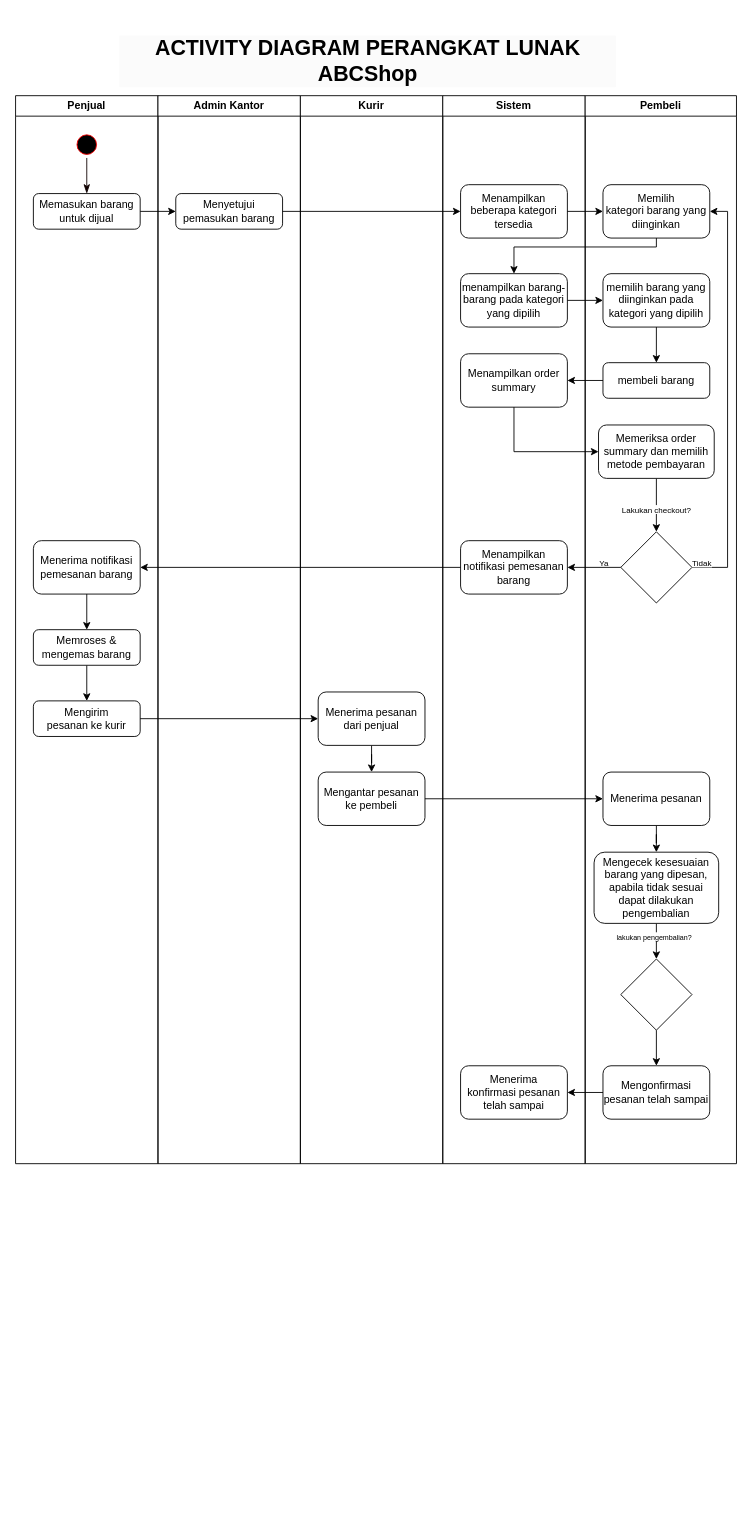
The draw.io diagram Untitled Diagrammm.drawio in AnnisaCitraPratiwi/MK-RPL-Responsi, before the edit. Source tidied: cells renumbered, new cells numbered last; positions are measured from the earlier drawing's top-left corner, leaving out a move shared by most shapes. Both pictures are drawn from the tidied source at 89%, with x=0, y=0 at pixel (15, 15).
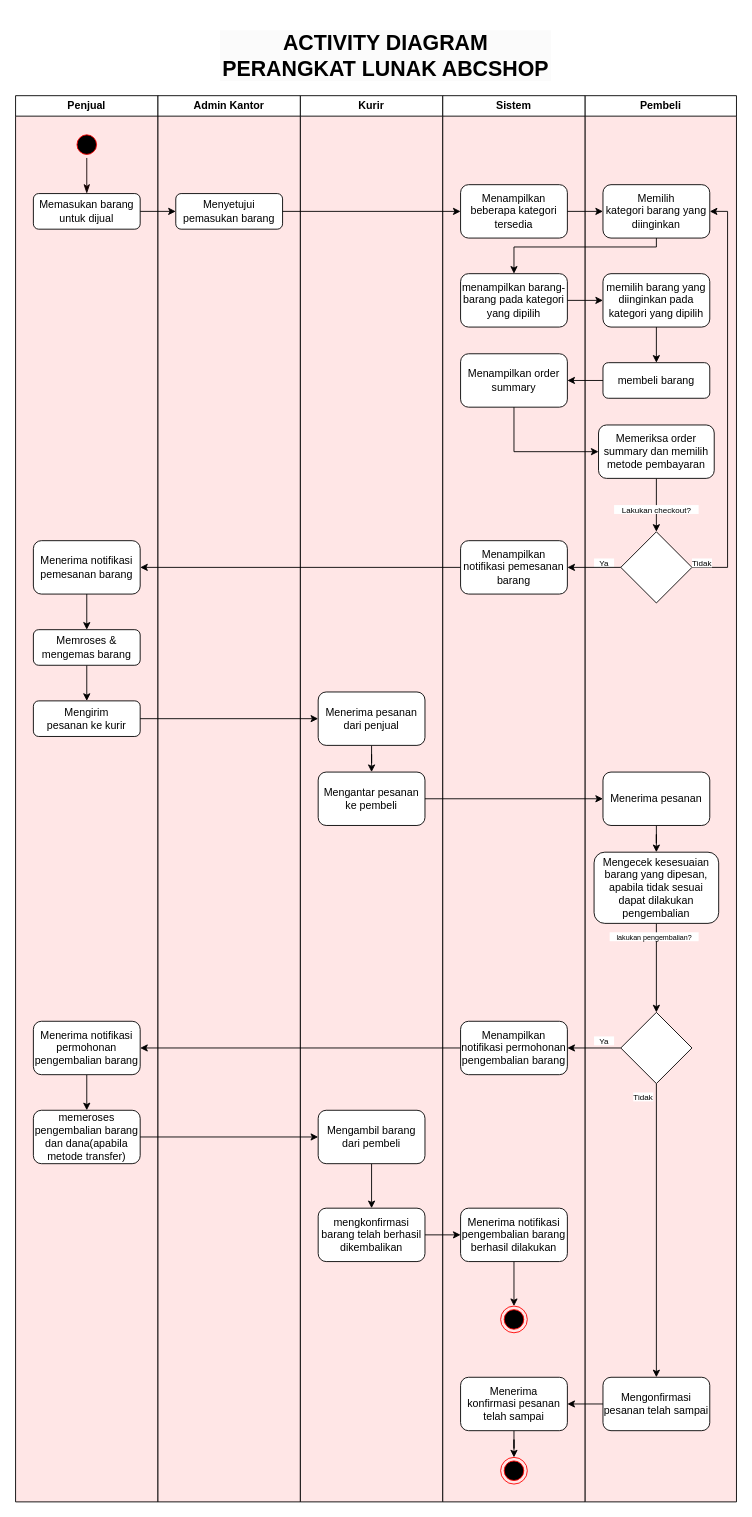
After the change.

Diff of the diagram source:
```diff
@@
-    <mxCell id="2" value="&lt;h1 style=&quot;border-color: var(--border-color); color: rgb(0, 0, 0); font-family: Helvetica; font-style: normal; font-variant-ligatures: normal; font-variant-caps: normal; letter-spacing: normal; orphans: 2; text-align: center; text-indent: 0px; text-transform: none; widows: 2; word-spacing: 0px; -webkit-text-stroke-width: 0px; background-color: rgb(251, 251, 251); text-decoration-thickness: initial; text-decoration-style: initial; text-decoration-color: initial;&quot;&gt;&lt;b style=&quot;border-color: var(--border-color);&quot;&gt;ACTIVITY DIAGRAM PERANGKAT LUNAK ABCShop&lt;/b&gt;&lt;/h1&gt;" style="text;whiteSpace=wrap;html=1;" parent="1" vertex="1">
-      <mxGeometry x="115" width="560" height="110" as="geometry" />
+    <mxCell id="2" value="&lt;h1 style=&quot;border-color: var(--border-color); color: rgb(0, 0, 0); font-variant-ligatures: normal; font-variant-caps: normal; letter-spacing: normal; orphans: 2; text-align: center; text-indent: 0px; text-transform: none; widows: 2; word-spacing: 0px; -webkit-text-stroke-width: 0px; background-color: rgb(251, 251, 251);&quot;&gt;&lt;span style=&quot;border-color: var(--border-color);&quot;&gt;ACTIVITY DIAGRAM PERANGKAT LUNAK ABCSHOP&lt;/span&gt;&lt;/h1&gt;" style="text;whiteSpace=wrap;html=1;fontStyle=1;fontFamily=Helvetica;spacing=0;verticalAlign=middle;" parent="1" vertex="1">
+      <mxGeometry x="230" y="10" width="370" height="70" as="geometry" />
     </mxCell>
-    <mxCell id="3" value="Penjual" style="swimlane;whiteSpace=wrap;html=1;startSize=23;" parent="1" vertex="1">
-      <mxGeometry y="90" width="160" height="1200" as="geometry" />
+    <mxCell id="3" value="Penjual" style="swimlane;whiteSpace=wrap;html=1;startSize=23;swimlaneFillColor=#FFE6E6;" parent="1" vertex="1">
+      <mxGeometry y="90" width="160" height="1580" as="geometry" />
     </mxCell>
@@
+    <mxCell id="56" style="edgeStyle=orthogonalEdgeStyle;rounded=0;jettySize=auto;html=1;" parent="3" edge="1" source="57" target="58">
+      <mxGeometry relative="1" as="geometry" />
+    </mxCell>
+    <mxCell id="57" value="Menerima notifikasi permohonan pengembalian barang" style="rounded=1;whiteSpace=wrap;html=1;" parent="3" vertex="1">
+      <mxGeometry x="20" y="1040" width="120" height="60" as="geometry" />
+    </mxCell>
+    <mxCell id="58" value="memeroses pengembalian barang dan dana(apabila metode transfer)" style="rounded=1;whiteSpace=wrap;html=1;" parent="3" vertex="1">
+      <mxGeometry x="20" y="1140" width="120" height="60" as="geometry" />
+    </mxCell>
-    <mxCell id="12" value="Admin Kantor" style="swimlane;whiteSpace=wrap;html=1;" parent="1" vertex="1">
-      <mxGeometry x="160" y="90" width="160" height="1200" as="geometry" />
+    <mxCell id="12" value="Admin Kantor" style="swimlane;whiteSpace=wrap;html=1;swimlaneFillColor=#ffe6e6;" parent="1" vertex="1">
+      <mxGeometry x="160" y="90" width="160" height="1580" as="geometry" />
     </mxCell>
@@
-    <mxCell id="14" value="Kurir" style="swimlane;whiteSpace=wrap;html=1;" parent="1" vertex="1">
-      <mxGeometry x="320" y="90" width="160" height="1200" as="geometry" />
+    <mxCell id="14" value="Kurir" style="swimlane;whiteSpace=wrap;html=1;swimlaneFillColor=#ffe6e6;" parent="1" vertex="1">
+      <mxGeometry x="320" y="90" width="160" height="1580" as="geometry" />
     </mxCell>
@@
+    <mxCell id="59" style="edgeStyle=orthogonalEdgeStyle;rounded=0;jettySize=auto;html=1;" parent="14" edge="1" source="60" target="61">
+      <mxGeometry relative="1" as="geometry" />
+    </mxCell>
+    <mxCell id="60" value="Mengambil barang dari pembeli" style="rounded=1;whiteSpace=wrap;html=1;" parent="14" vertex="1">
+      <mxGeometry x="20" y="1140" width="120" height="60" as="geometry" />
+    </mxCell>
+    <mxCell id="61" value="mengkonfirmasi barang telah berhasil dikembalikan" style="rounded=1;whiteSpace=wrap;html=1;" parent="14" vertex="1">
+      <mxGeometry x="20" y="1250" width="120" height="60" as="geometry" />
+    </mxCell>
-    <mxCell id="18" value="Sistem" style="swimlane;whiteSpace=wrap;html=1;" parent="1" vertex="1">
-      <mxGeometry x="480" y="90" width="160" height="1200" as="geometry" />
+    <mxCell id="18" value="Sistem" style="swimlane;whiteSpace=wrap;html=1;swimlaneFillColor=#ffe6e6;" parent="1" vertex="1">
+      <mxGeometry x="480" y="90" width="160" height="1580" as="geometry" />
     </mxCell>
@@
+    <mxCell id="62" style="edgeStyle=orthogonalEdgeStyle;rounded=0;jettySize=auto;html=1;" parent="18" edge="1" source="23" target="67">
+      <mxGeometry relative="1" as="geometry" />
+    </mxCell>
     <mxCell id="23" value="Menerima &lt;br&gt;konfirmasi pesanan telah sampai" style="rounded=1;whiteSpace=wrap;html=1;" parent="18" vertex="1">
-      <mxGeometry x="20" y="1090" width="120" height="60" as="geometry" />
+      <mxGeometry x="20" y="1440" width="120" height="60" as="geometry" />
     </mxCell>
+    <mxCell id="63" value="Menampilkan notifikasi permohonan pengembalian barang" style="rounded=1;whiteSpace=wrap;html=1;" parent="18" vertex="1">
+      <mxGeometry x="20" y="1040" width="120" height="60" as="geometry" />
+    </mxCell>
+    <mxCell id="64" style="edgeStyle=orthogonalEdgeStyle;rounded=0;jettySize=auto;html=1;" parent="18" edge="1" source="65" target="66">
+      <mxGeometry relative="1" as="geometry" />
+    </mxCell>
+    <mxCell id="65" value="Menerima notifikasi pengembalian barang berhasil dilakukan" style="whiteSpace=wrap;html=1;rounded=1;" parent="18" vertex="1">
+      <mxGeometry x="20" y="1250" width="120" height="60" as="geometry" />
+    </mxCell>
+    <mxCell id="66" style="ellipse;html=1;shape=endState;fillColor=#000000;strokeColor=#ff0000;" parent="18" vertex="1">
+      <mxGeometry x="65" y="1360" width="30" height="30" as="geometry" />
+    </mxCell>
+    <mxCell id="67" style="ellipse;html=1;shape=endState;fillColor=#000000;strokeColor=#ff0000;" parent="18" vertex="1">
+      <mxGeometry x="65" y="1530" width="30" height="30" as="geometry" />
+    </mxCell>
-    <mxCell id="24" value="Pembeli" style="swimlane;whiteSpace=wrap;html=1;" parent="1" vertex="1">
-      <mxGeometry x="640" y="90" width="170" height="1200" as="geometry" />
+    <mxCell id="24" value="Pembeli" style="swimlane;whiteSpace=wrap;html=1;swimlaneFillColor=#ffe6e6;" parent="1" vertex="1">
+      <mxGeometry x="640" y="90" width="170" height="1580" as="geometry" />
     </mxCell>
@@
     <mxCell id="41" style="rhombus;whiteSpace=wrap;html=1;" parent="24" vertex="1">
-      <mxGeometry x="40" y="970" width="80" height="80" as="geometry" />
+      <mxGeometry x="40" y="1030" width="80" height="80" as="geometry" />
     </mxCell>
@@
     <mxCell id="43" value="Mengonfirmasi pesanan telah sampai" style="rounded=1;whiteSpace=wrap;html=1;" parent="24" vertex="1">
-      <mxGeometry x="20" y="1090" width="120" height="60" as="geometry" />
+      <mxGeometry x="20" y="1440" width="120" height="60" as="geometry" />
     </mxCell>
+    <mxCell id="68" value="&lt;font style=&quot;font-size: 9px;&quot;&gt;Ya&lt;/font&gt;" style="text;html=1;strokeColor=none;fillColor=default;align=center;verticalAlign=middle;whiteSpace=wrap;rounded=0;" parent="24" vertex="1">
+      <mxGeometry x="10" y="1057" width="22.5" height="10" as="geometry" />
+    </mxCell>
+    <mxCell id="69" value="&lt;font style=&quot;font-size: 9px;&quot;&gt;Tidak&lt;/font&gt;" style="text;html=1;strokeColor=none;fillColor=default;align=center;verticalAlign=middle;whiteSpace=wrap;rounded=0;" parent="24" vertex="1">
+      <mxGeometry x="54" y="1120" width="22.5" height="10" as="geometry" />
+    </mxCell>
@@
+    <mxCell id="70" style="edgeStyle=orthogonalEdgeStyle;rounded=0;jettySize=auto;html=1;" parent="1" edge="1" source="41" target="63">
+      <mxGeometry relative="1" as="geometry" />
+    </mxCell>
+    <mxCell id="71" style="edgeStyle=orthogonalEdgeStyle;rounded=0;jettySize=auto;html=1;entryX=1;entryY=0.5;entryDx=0;entryDy=0;" parent="1" edge="1" source="63" target="57">
+      <mxGeometry relative="1" as="geometry" />
+    </mxCell>
+    <mxCell id="72" style="edgeStyle=orthogonalEdgeStyle;rounded=0;jettySize=auto;html=1;" parent="1" edge="1" source="58" target="60">
+      <mxGeometry relative="1" as="geometry" />
+    </mxCell>
+    <mxCell id="73" style="edgeStyle=orthogonalEdgeStyle;rounded=0;jettySize=auto;html=1;" parent="1" edge="1" source="61" target="65">
+      <mxGeometry relative="1" as="geometry" />
+    </mxCell>
```
